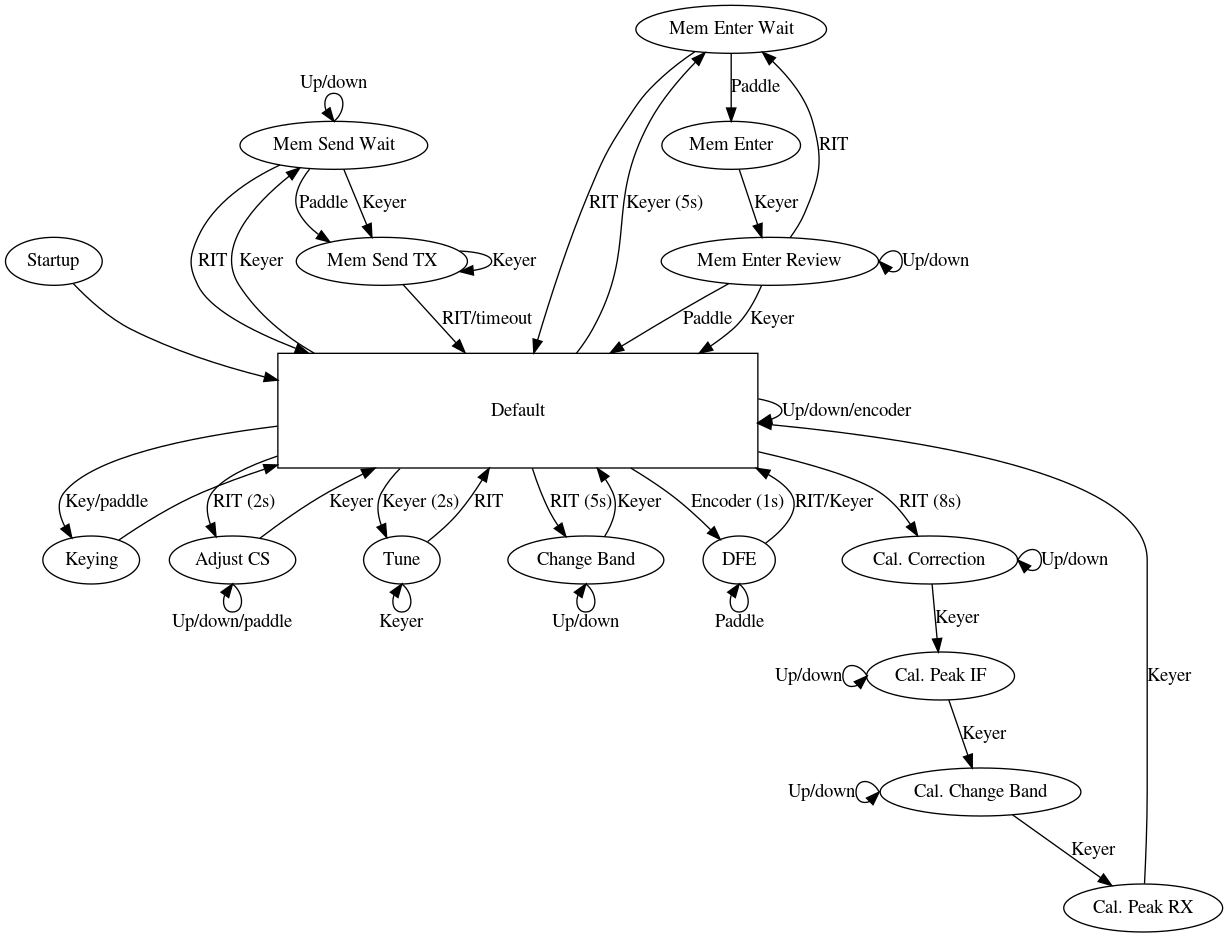
Above: README/states.png in camilstaps/ATSAMF-source (Graphviz), before the change. Its source is kept beside it as README/states.dot.
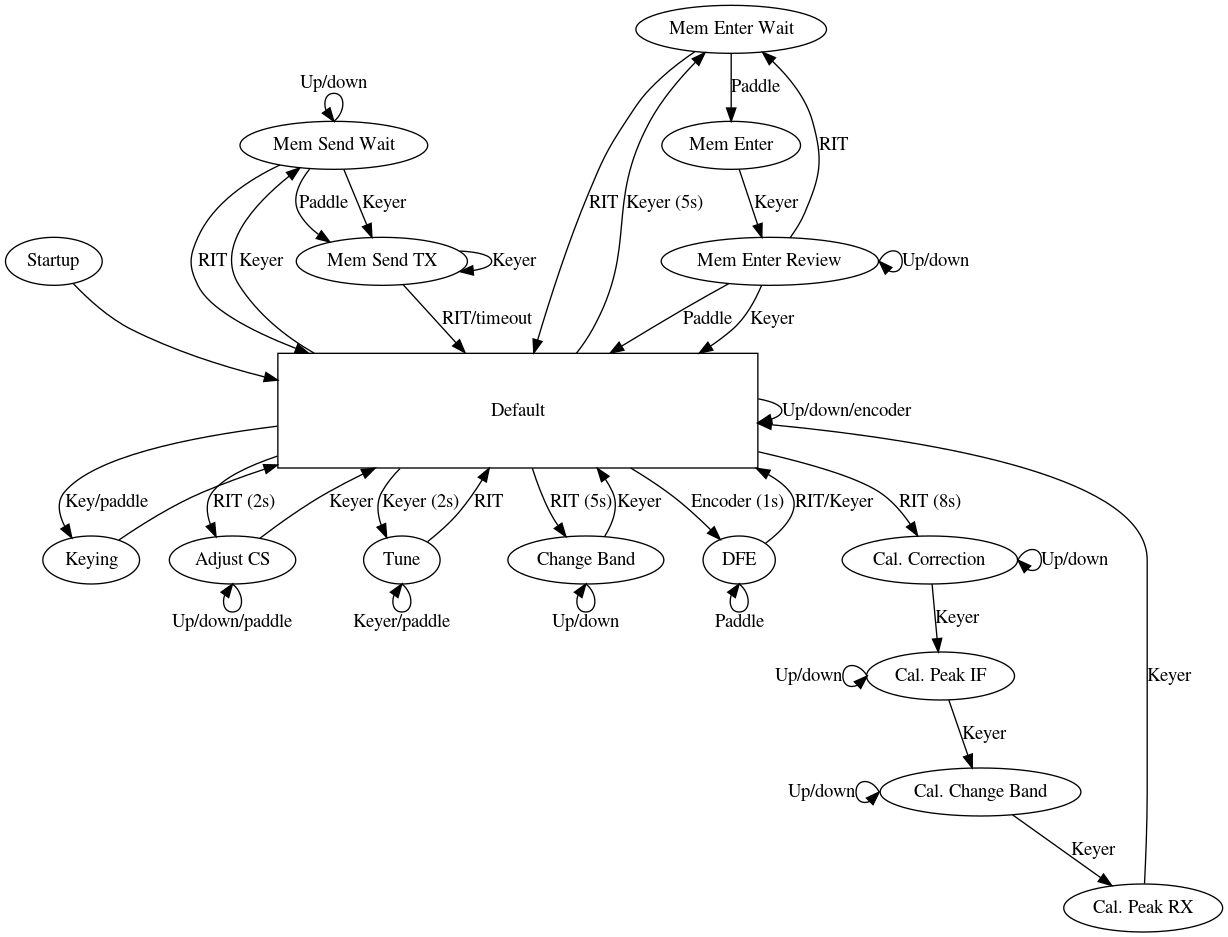
After the change.

Commit message:
Add paddle functionality to tune mode

Change to the diagram source:
```diff
@@ -28,7 +28,7 @@
 	adjust_cs -> default [label="Keyer"];
 
 	default -> tune [label="Keyer (2s)"];
-	tune:s -> tune:s [label="Keyer"];
+	tune:s -> tune:s [label="Keyer/paddle"];
 	tune -> default [label="RIT"];
 
 	default -> change_band [label="RIT (5s)"];
```
